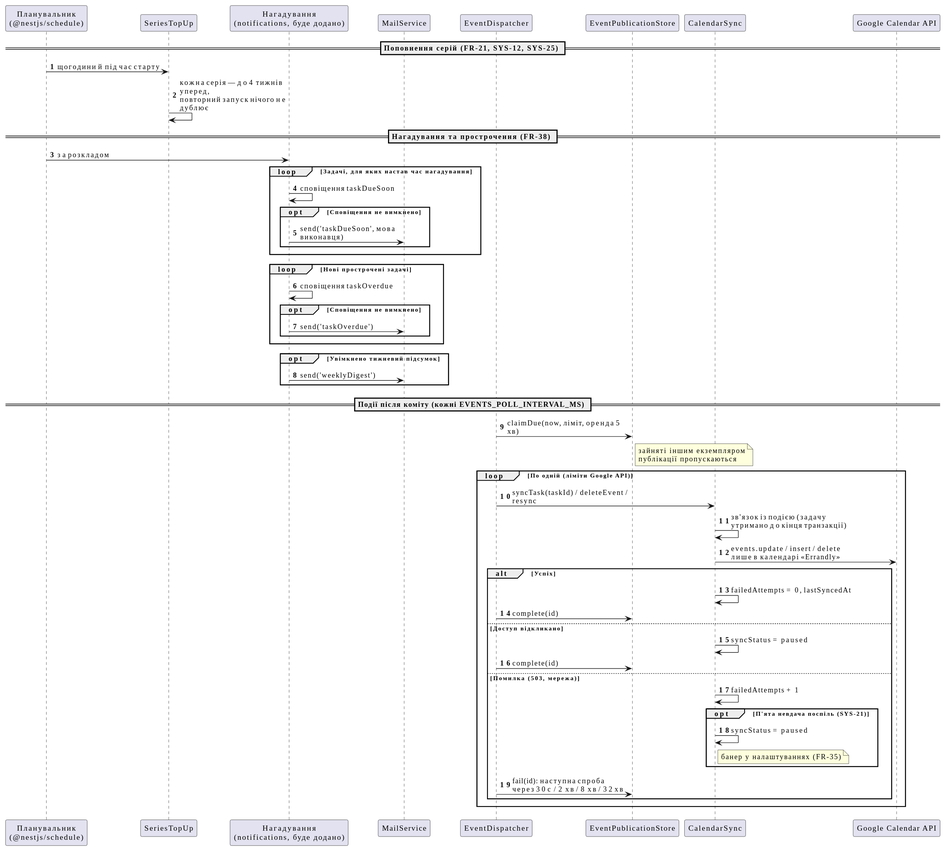
The PlantUML diagram docs/diagrams/sequence/svg/sd-4-reminders-and-sync.svg in mzabrodin/Errandly, before a commit. The source it was exported from:
```plantuml
@startuml
skinparam shadowing false
skinparam defaultFontName "Inter, Segoe UI, Arial"
skinparam maxMessageSize 220
skinparam ResponseMessageBelowArrow true
autonumber

participant "Планувальник\n(@nestjs/schedule)" as Cron
participant "SeriesTopUp" as TopUp
participant "Нагадування\n(notifications, буде додано)" as Reminders
participant "MailService" as Mail
participant "EventDispatcher" as Disp
participant "EventPublicationStore" as Store
participant "CalendarSync" as Cal
participant "Google Calendar API" as Google

== Поповнення серій (FR-21, SYS-12, SYS-25) ==
Cron -> TopUp : щогодини й під час старту
TopUp -> TopUp : кожна серія — до 4 тижнів уперед,\nповторний запуск нічого не дублює

== Нагадування та прострочення (FR-38) ==
Cron -> Reminders : за розкладом
loop Задачі, для яких настав час нагадування
  Reminders -> Reminders : сповіщення taskDueSoon
  opt Сповіщення не вимкнено
    Reminders -> Mail : send('taskDueSoon', мова виконавця)
  end
end
loop Нові прострочені задачі
  Reminders -> Reminders : сповіщення taskOverdue
  opt Сповіщення не вимкнено
    Reminders -> Mail : send('taskOverdue')
  end
end
opt Увімкнено тижневий підсумок
  Reminders -> Mail : send('weeklyDigest')
end

== Події після коміту (кожні EVENTS_POLL_INTERVAL_MS) ==
Disp -> Store : claimDue(now, ліміт, оренда 5 хв)
note right of Store : зайняті іншим екземпляром\nпублікації пропускаються
loop По одній (ліміти Google API)
  Disp -> Cal : syncTask(taskId) / deleteEvent / resync
  Cal -> Cal : зв'язок із подією (задачу утримано до кінця транзакції)
  Cal -> Google : events.update / insert / delete\nлише в календарі «Errandly»
  alt Успіх
    Cal -> Cal : failedAttempts = 0, lastSyncedAt
    Disp -> Store : complete(id)
  else Доступ відкликано
    Cal -> Cal : syncStatus = paused
    Disp -> Store : complete(id)
  else Помилка (503, мережа)
    Cal -> Cal : failedAttempts + 1
    opt П'ята невдача поспіль (SYS-21)
      Cal -> Cal : syncStatus = paused
      note right of Cal : банер у налаштуваннях (FR-35)
    end
    Disp -> Store : fail(id): наступна спроба\nчерез 30 с / 2 хв / 8 хв / 32 хв
  end
end
@enduml
```
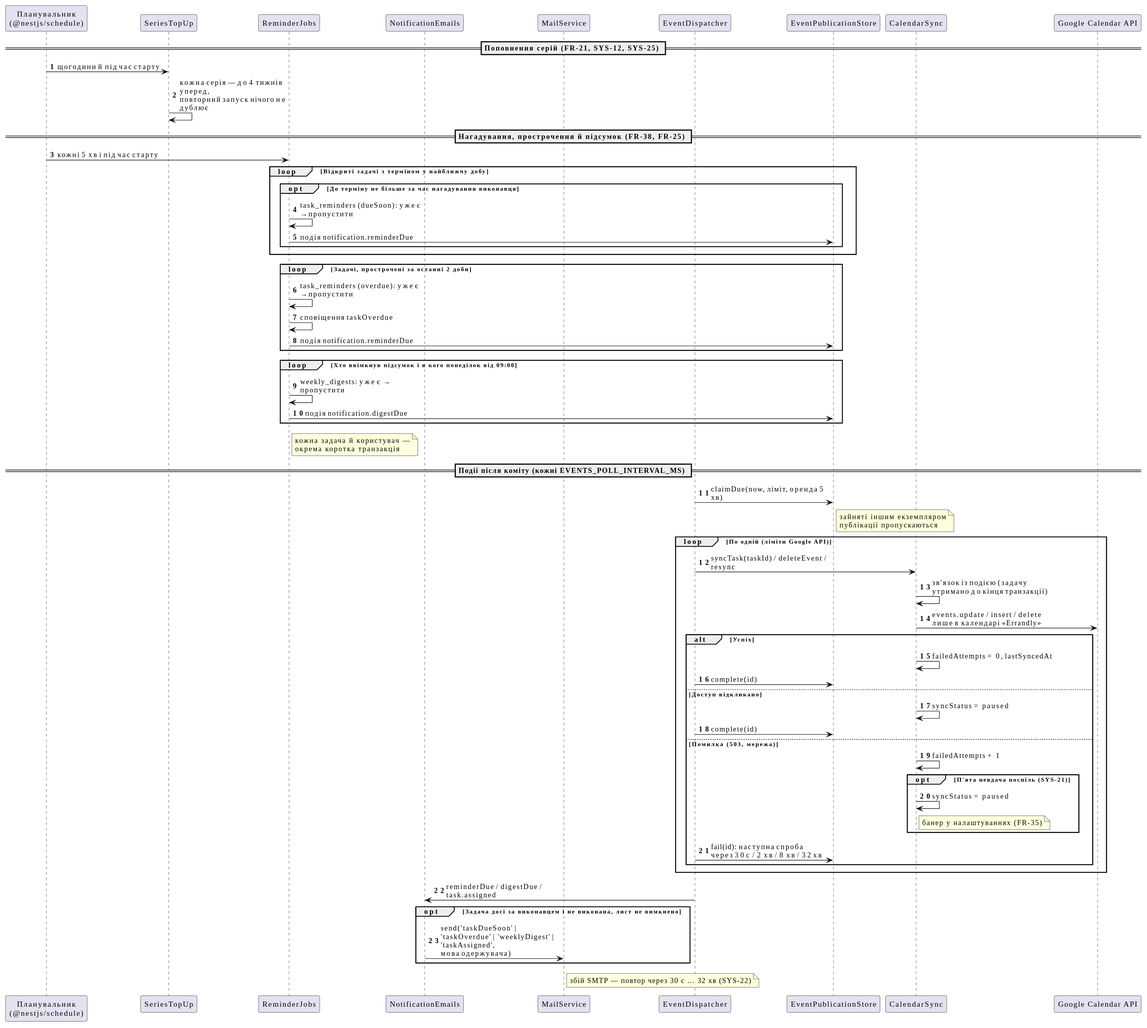
After the commit.

Commit message:
docs: describe notifications and reminders

What changed in the source:
```diff
@@ -7,7 +7,8 @@
 
 participant "Планувальник\n(@nestjs/schedule)" as Cron
 participant "SeriesTopUp" as TopUp
-participant "Нагадування\n(notifications, буде додано)" as Reminders
+participant "ReminderJobs" as Reminders
+participant "NotificationEmails" as Emails
 participant "MailService" as Mail
 participant "EventDispatcher" as Disp
 participant "EventPublicationStore" as Store
@@ -18,23 +19,24 @@
 Cron -> TopUp : щогодини й під час старту
 TopUp -> TopUp : кожна серія — до 4 тижнів уперед,\nповторний запуск нічого не дублює
 
-== Нагадування та прострочення (FR-38) ==
-Cron -> Reminders : за розкладом
-loop Задачі, для яких настав час нагадування
-  Reminders -> Reminders : сповіщення taskDueSoon
-  opt Сповіщення не вимкнено
-    Reminders -> Mail : send('taskDueSoon', мова виконавця)
+== Нагадування, прострочення й підсумок (FR-38, FR-25) ==
+Cron -> Reminders : кожні 5 хв і під час старту
+loop Відкриті задачі з терміном у найближчу добу
+  opt До терміну не більше за час нагадування виконавця
+    Reminders -> Reminders : task_reminders (dueSoon): уже є → пропустити
+    Reminders -> Store : подія notification.reminderDue
   end
 end
-loop Нові прострочені задачі
+loop Задачі, прострочені за останні 2 доби
+  Reminders -> Reminders : task_reminders (overdue): уже є → пропустити
   Reminders -> Reminders : сповіщення taskOverdue
-  opt Сповіщення не вимкнено
-    Reminders -> Mail : send('taskOverdue')
-  end
+  Reminders -> Store : подія notification.reminderDue
 end
-opt Увімкнено тижневий підсумок
-  Reminders -> Mail : send('weeklyDigest')
+loop Хто ввімкнув підсумок і в кого понеділок від 09:00
+  Reminders -> Reminders : weekly_digests: уже є → пропустити
+  Reminders -> Store : подія notification.digestDue
 end
+note right of Reminders : кожна задача й користувач —\nокрема коротка транзакція
 
 == Події після коміту (кожні EVENTS_POLL_INTERVAL_MS) ==
 Disp -> Store : claimDue(now, ліміт, оренда 5 хв)
@@ -58,4 +60,9 @@
     Disp -> Store : fail(id): наступна спроба\nчерез 30 с / 2 хв / 8 хв / 32 хв
   end
 end
+Disp -> Emails : reminderDue / digestDue / task.assigned
+opt Задача досі за виконавцем і не виконана, лист не вимкнено
+  Emails -> Mail : send('taskDueSoon' | 'taskOverdue' | 'weeklyDigest' | 'taskAssigned',\nмова одержувача)
+end
+note right of Mail : збій SMTP — повтор через 30 с … 32 хв (SYS-22)
 @enduml
```
